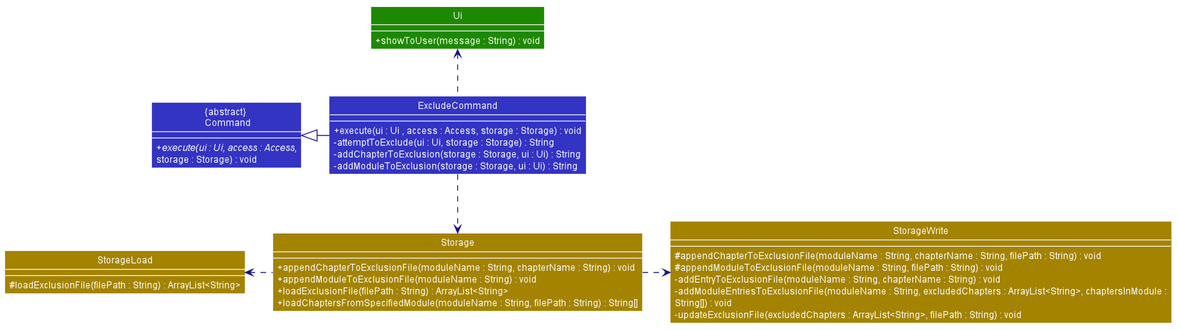
Above: docs/DG_Images/excludeClass.png in nus-cs2113-AY2021S1/tp (PlantUML), before the change.
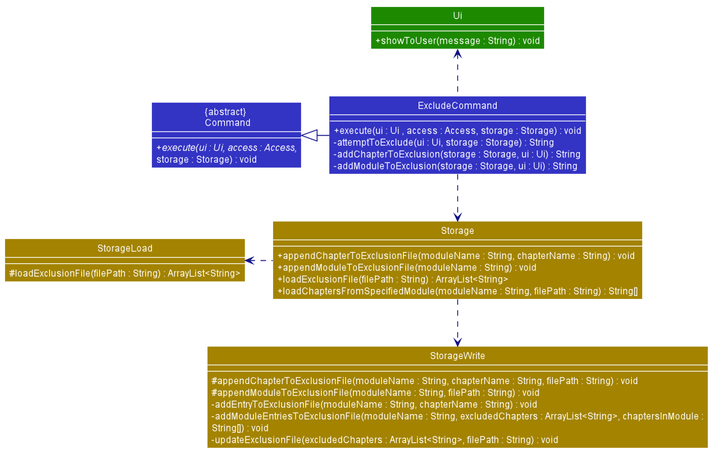
After the commit.

Commit message:
Further amendment to some diagrams

Change to the diagram source:
```diff
@@ -93,7 +93,7 @@
 ExcludeCommand -left[#101086]-|> Command
 ExcludeCommand .down[#101086].> Storage
 Storage .left[#101086].> StorageLoad
-Storage .right[#101086].> StorageWrite
+Storage .down[#101086].> StorageWrite
 ExcludeCommand .up[#101086].> Ui
 
 @enduml
```
